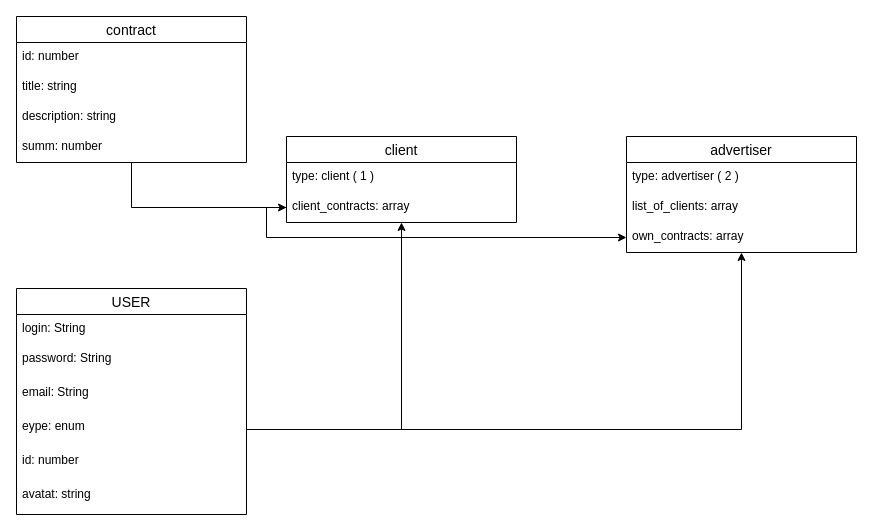
This is Shema.drawio from Egor1Ka/ad-agency, a draw.io file, before an edit. Source tidied: cells renumbered, new cells numbered last; positions are measured from the earlier drawing's top-left corner, leaving out a move shared by most shapes. Both pictures are drawn from the tidied source at 100%, with x=0, y=0 at pixel (16, 16).
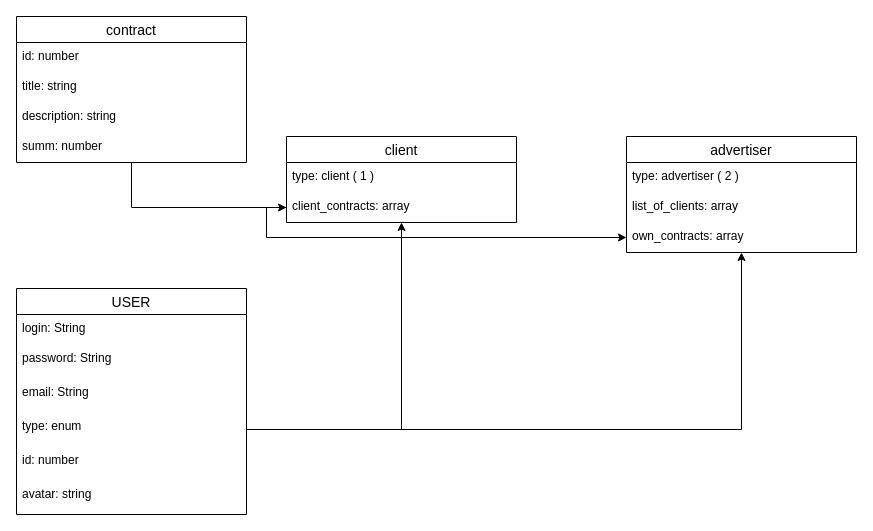
Above is the later version.

Unchanged cells that the change refers to:
```xml
<mxCell id="6" value="USER" style="swimlane;fontStyle=0;horizontal=1;startSize=26;align=center;fontSize=14;" parent="1" vertex="1">
  <mxGeometry y="272" width="230" height="226" as="geometry" />
</mxCell>
```

What changed in the source:
```diff
@@
-    <mxCell id="10" value="eype: enum" style="text;strokeColor=none;fillColor=none;spacingLeft=4;spacingRight=4;overflow=hidden;points=[[0,0.5],[1,0.5]];portConstraint=eastwest;fontSize=12;" parent="6" vertex="1">
+    <mxCell id="10" value="type: enum" style="text;strokeColor=none;fillColor=none;spacingLeft=4;spacingRight=4;overflow=hidden;points=[[0,0.5],[1,0.5]];portConstraint=eastwest;fontSize=12;" parent="6" vertex="1">
       <mxGeometry y="124" width="230" height="34" as="geometry" />
     </mxCell>
@@
-    <mxCell id="12" value="avatat: string&#10;&#10;" style="text;strokeColor=none;fillColor=none;spacingLeft=4;spacingRight=4;overflow=hidden;fontSize=12;" parent="6" vertex="1">
+    <mxCell id="12" value="avatar: string" style="text;strokeColor=none;fillColor=none;spacingLeft=4;spacingRight=4;overflow=hidden;fontSize=12;" parent="6" vertex="1">
       <mxGeometry y="192" width="230" height="34" as="geometry" />
     </mxCell>
```
